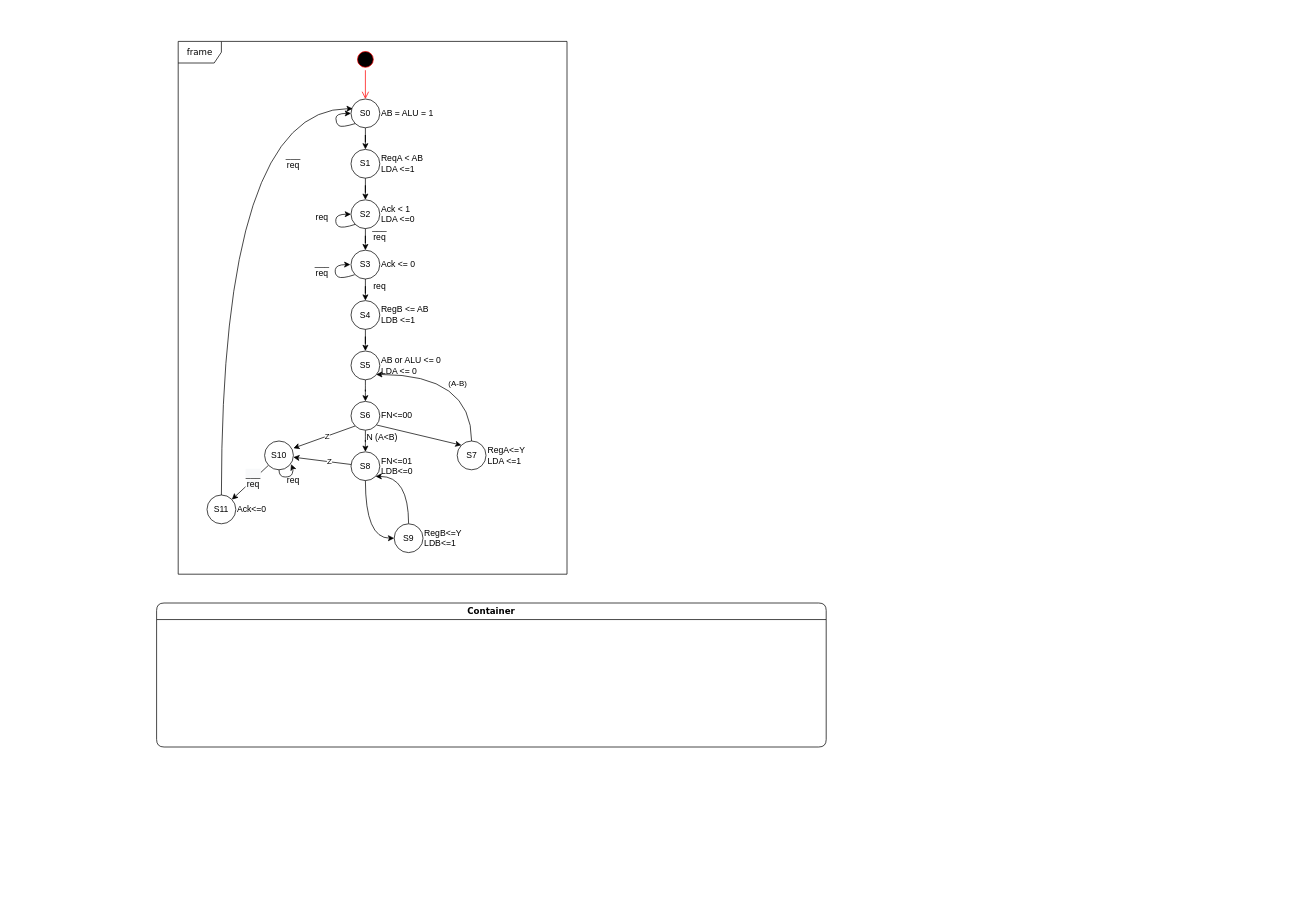
rudfor/DesignDigitalSystems keeps this draw.io diagram as Untitled Diagram.drawio. Above is the earlier version. Source tidied: cells renumbered, new cells numbered last; positions are measured from the earlier drawing's top-left corner, leaving out a move shared by most shapes. Both pictures are drawn from the tidied source at 72%, with x=0, y=0 at pixel (156, 41).
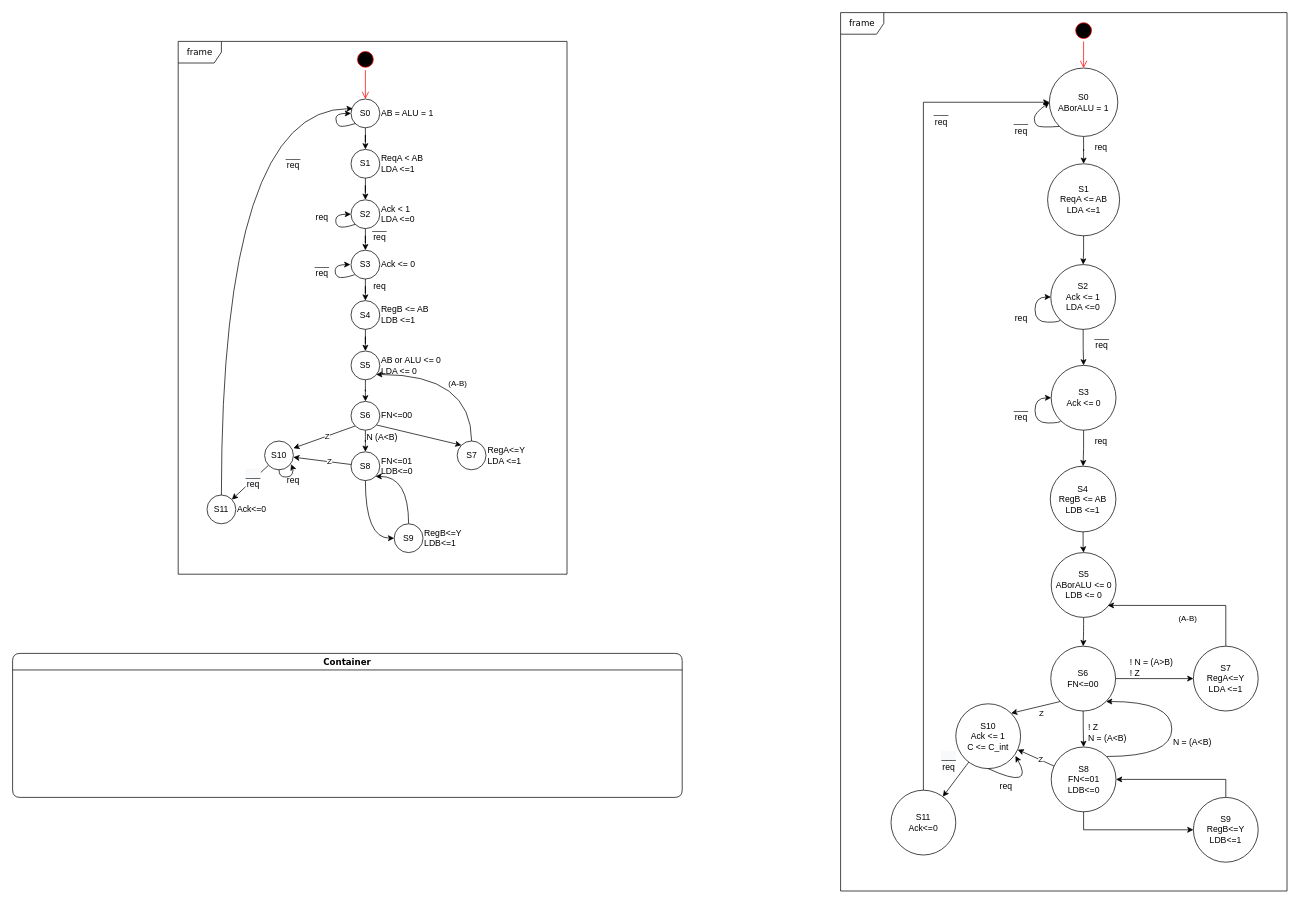
After the change.

Commit message (it also covers changes not shown here):
Updated the state diagram

The edit, as a diff of the source:
```diff
@@
     <mxCell id="2" value="Container" style="swimlane;whiteSpace=wrap;html=1;rounded=1;shadow=0;comic=0;labelBackgroundColor=none;strokeWidth=1;fontFamily=Verdana;fontSize=12;align=center;" parent="1" vertex="1">
-      <mxGeometry y="780" width="930" height="200" as="geometry" />
+      <mxGeometry x="-200" y="850" width="930" height="200" as="geometry" />
     </mxCell>
@@
+    <mxCell id="59" value="frame" style="shape=umlFrame;whiteSpace=wrap;html=1;rounded=1;shadow=0;comic=0;labelBackgroundColor=none;strokeWidth=1;fontFamily=Verdana;fontSize=12;align=center;" parent="1" vertex="1">
+      <mxGeometry x="950" y="-40" width="620" height="1220" as="geometry" />
+    </mxCell>
+    <mxCell id="60" style="ellipse;html=1;shape=startState;fillColor=#000000;strokeColor=#ff0000;" parent="1" vertex="1">
+      <mxGeometry x="1272.5" y="-30" width="30" height="30" as="geometry" />
+    </mxCell>
+    <mxCell id="61" style="edgeStyle=orthogonalEdgeStyle;html=1;verticalAlign=bottom;endArrow=open;endSize=8;strokeColor=#ff0000;" parent="1" edge="1" source="60" target="63">
+      <mxGeometry relative="1" as="geometry" />
+    </mxCell>
+    <mxCell id="62" style="edgeStyle=orthogonalEdgeStyle;rounded=0;jettySize=auto;html=1;" parent="1" edge="1" source="63" target="64">
+      <mxGeometry relative="1" as="geometry" />
+    </mxCell>
+    <mxCell id="63" value="&lt;div&gt;S0&lt;/div&gt;&lt;div&gt;ABorALU = 1&lt;/div&gt;" style="ellipse;whiteSpace=wrap;html=1;" parent="1" vertex="1">
+      <mxGeometry x="1240" y="37" width="95" height="95" as="geometry" />
+    </mxCell>
+    <mxCell id="64" value="&lt;div&gt;S1&lt;/div&gt;&lt;div&gt;ReqA &amp;lt;= AB&lt;br&gt;LDA &amp;lt;=1&lt;/div&gt;" style="ellipse;whiteSpace=wrap;html=1;" parent="1" vertex="1">
+      <mxGeometry x="1237.5" y="170" width="100" height="100" as="geometry" />
+    </mxCell>
+    <mxCell id="65" value="___&lt;br&gt;req" style="text;html=1;strokeColor=none;fillColor=none;align=center;verticalAlign=middle;whiteSpace=wrap;rounded=0;" parent="1" vertex="1">
+      <mxGeometry x="1292.5" y="400" width="40" height="30" as="geometry" />
+    </mxCell>
+    <mxCell id="66" style="edgeStyle=orthogonalEdgeStyle;rounded=0;jettySize=auto;html=1;exitX=0.5;exitY=1;exitDx=0;exitDy=0;" parent="1" edge="1" source="64" target="67">
+      <mxGeometry relative="1" as="geometry" />
+    </mxCell>
+    <mxCell id="67" value="&lt;div&gt;S2&lt;/div&gt;&lt;div&gt;Ack &amp;lt;= 1&lt;br&gt;LDA &amp;lt;=0&lt;/div&gt;" style="ellipse;whiteSpace=wrap;html=1;" parent="1" vertex="1">
+      <mxGeometry x="1241.9" y="310" width="90" height="90" as="geometry" />
+    </mxCell>
+    <mxCell id="68" value="req" style="text;html=1;strokeColor=none;fillColor=none;align=center;verticalAlign=middle;whiteSpace=wrap;rounded=0;" parent="1" vertex="1">
+      <mxGeometry x="1181.3" y="370" width="40" height="30" as="geometry" />
+    </mxCell>
+    <mxCell id="69" style="edgeStyle=orthogonalEdgeStyle;rounded=0;jettySize=auto;html=1;exitX=0.5;exitY=1;exitDx=0;exitDy=0;" parent="1" edge="1" source="67" target="70">
+      <mxGeometry relative="1" as="geometry" />
+    </mxCell>
+    <mxCell id="70" value="&lt;div&gt;S3&lt;/div&gt;&lt;div&gt;Ack &amp;lt;= 0&lt;/div&gt;" style="ellipse;whiteSpace=wrap;html=1;" parent="1" vertex="1">
+      <mxGeometry x="1242.5" y="450" width="90" height="90" as="geometry" />
+    </mxCell>
+    <mxCell id="71" value="___&lt;br&gt;req" style="text;html=1;strokeColor=none;fillColor=none;align=center;verticalAlign=middle;whiteSpace=wrap;rounded=0;" parent="1" vertex="1">
+      <mxGeometry x="1070" y="90" width="40" height="30" as="geometry" />
+    </mxCell>
+    <mxCell id="72" value="req" style="text;html=1;strokeColor=none;fillColor=none;align=center;verticalAlign=middle;whiteSpace=wrap;rounded=0;" parent="1" vertex="1">
+      <mxGeometry x="1291.9" y="540" width="40" height="30" as="geometry" />
+    </mxCell>
+    <mxCell id="73" value="___&lt;br&gt;req" style="text;html=1;strokeColor=none;fillColor=none;align=center;verticalAlign=middle;whiteSpace=wrap;rounded=0;" parent="1" vertex="1">
+      <mxGeometry x="1181.3" y="500" width="40" height="30" as="geometry" />
+    </mxCell>
+    <mxCell id="74" value="req" style="text;html=1;strokeColor=none;fillColor=none;align=center;verticalAlign=middle;whiteSpace=wrap;rounded=0;" parent="1" vertex="1">
+      <mxGeometry x="1160" y="1020" width="40" height="30" as="geometry" />
+    </mxCell>
+    <mxCell id="75" style="edgeStyle=orthogonalEdgeStyle;rounded=0;jettySize=auto;html=1;exitX=0.5;exitY=1;exitDx=0;exitDy=0;" parent="1" edge="1" source="70" target="76">
+      <mxGeometry relative="1" as="geometry" />
+    </mxCell>
+    <mxCell id="76" value="&lt;div&gt;S4&lt;/div&gt;&lt;div&gt;RegB &amp;lt;= AB&lt;br&gt;LDB &amp;lt;=1&lt;/div&gt;" style="ellipse;whiteSpace=wrap;html=1;" parent="1" vertex="1">
+      <mxGeometry x="1241.2" y="590" width="91.2" height="91.2" as="geometry" />
+    </mxCell>
+    <mxCell id="77" style="edgeStyle=orthogonalEdgeStyle;rounded=0;jettySize=auto;html=1;exitX=0.5;exitY=1;exitDx=0;exitDy=0;" parent="1" edge="1" source="76" target="79">
+      <mxGeometry relative="1" as="geometry" />
+    </mxCell>
+    <mxCell id="78" style="edgeStyle=orthogonalEdgeStyle;jettySize=auto;html=1;" parent="1" edge="1" source="79" target="83">
+      <mxGeometry relative="1" as="geometry" />
+    </mxCell>
+    <mxCell id="79" value="&lt;div&gt;S5&lt;/div&gt;&lt;div&gt;ABorALU &amp;lt;= 0&lt;br&gt;LDB &amp;lt;= 0&lt;/div&gt;" style="ellipse;whiteSpace=wrap;html=1;" parent="1" vertex="1">
+      <mxGeometry x="1242.5" y="710" width="90" height="90" as="geometry" />
+    </mxCell>
+    <mxCell id="80" style="edgeStyle=orthogonalEdgeStyle;curved=1;rounded=0;jettySize=auto;html=1;" parent="1" edge="1" source="83" target="93">
+      <mxGeometry relative="1" as="geometry" />
+    </mxCell>
+    <mxCell id="81" style="rounded=0;jettySize=auto;html=1;exitX=0;exitY=1;exitDx=0;exitDy=0;entryX=1;entryY=0;entryDx=0;entryDy=0;" parent="1" edge="1" source="83" target="99">
+      <mxGeometry relative="1" as="geometry" />
+    </mxCell>
+    <mxCell id="82" value="Z" style="edgeLabel;html=1;align=center;verticalAlign=middle;" parent="81" vertex="1">
+      <mxGeometry x="-0.08" relative="1" as="geometry">
+        <mxPoint x="5" y="8" as="offset" />
+      </mxGeometry>
+    </mxCell>
+    <mxCell id="83" value="&lt;div&gt;S6&lt;/div&gt;&lt;div&gt;FN&amp;lt;=00&lt;/div&gt;" style="ellipse;whiteSpace=wrap;html=1;" parent="1" vertex="1">
+      <mxGeometry x="1241.9" y="840" width="90" height="90" as="geometry" />
+    </mxCell>
+    <mxCell id="84" style="endArrow=classic;html=1;entryX=0;entryY=0.5;entryDx=0;entryDy=0;exitX=0;exitY=1;exitDx=0;exitDy=0;curved=1;" parent="1" edge="1" source="63" target="63">
+      <mxGeometry relative="1" as="geometry">
+        <Array as="points">
+          <mxPoint x="1227.1" y="120" />
+          <mxPoint x="1219" y="114" />
+          <mxPoint x="1219" y="100" />
+        </Array>
+      </mxGeometry>
+    </mxCell>
+    <mxCell id="85" style="edgeStyle=orthogonalEdgeStyle;rounded=0;jettySize=auto;html=1;exitX=0.5;exitY=0;exitDx=0;exitDy=0;entryX=0.874;entryY=0.815;entryDx=0;entryDy=0;entryPerimeter=0;" parent="1" edge="1" source="87" target="79">
+      <mxGeometry relative="1" as="geometry">
+        <Array as="points">
+          <mxPoint x="1485" y="783" />
+        </Array>
+      </mxGeometry>
+    </mxCell>
+    <mxCell id="86" value="(A-B)" style="edgeLabel;html=1;align=center;verticalAlign=middle;" parent="85" vertex="1">
+      <mxGeometry y="12" relative="1" as="geometry">
+        <mxPoint y="5" as="offset" />
+      </mxGeometry>
+    </mxCell>
+    <mxCell id="87" value="&lt;div&gt;S7&lt;/div&gt;RegA&amp;lt;=Y&lt;br&gt;LDA &amp;lt;=1" style="ellipse;whiteSpace=wrap;html=1;" parent="1" vertex="1">
+      <mxGeometry x="1440" y="840" width="90" height="90" as="geometry" />
+    </mxCell>
+    <mxCell id="88" style="jettySize=auto;html=1;exitX=1;exitY=0.5;exitDx=0;exitDy=0;entryX=0;entryY=0.5;entryDx=0;entryDy=0;rounded=0;" parent="1" edge="1" source="83" target="87">
+      <mxGeometry relative="1" as="geometry" />
+    </mxCell>
+    <mxCell id="89" style="edgeStyle=orthogonalEdgeStyle;rounded=0;jettySize=auto;html=1;exitX=1;exitY=0.5;exitDx=0;exitDy=0;endArrow=none;endFill=0;startArrow=classic;startFill=1;" parent="1" edge="1" source="93" target="95">
+      <mxGeometry relative="1" as="geometry">
+        <Array as="points">
+          <mxPoint x="1485" y="1025" />
+        </Array>
+      </mxGeometry>
+    </mxCell>
+    <mxCell id="90" style="edgeStyle=none;rounded=0;jettySize=auto;html=1;" parent="1" edge="1" source="93" target="99">
+      <mxGeometry relative="1" as="geometry" />
+    </mxCell>
+    <mxCell id="91" value="Z" style="edgeLabel;html=1;align=center;verticalAlign=middle;" parent="90" vertex="1">
+      <mxGeometry x="-0.23" y="-1" relative="1" as="geometry" />
+    </mxCell>
+    <mxCell id="92" style="edgeStyle=orthogonalEdgeStyle;curved=1;rounded=0;jettySize=auto;html=1;exitX=1;exitY=0;exitDx=0;exitDy=0;entryX=1;entryY=1;entryDx=0;entryDy=0;" parent="1" edge="1" source="93" target="83">
+      <mxGeometry relative="1" as="geometry">
+        <Array as="points">
+          <mxPoint x="1410" y="993" />
+          <mxPoint x="1410" y="917" />
+        </Array>
+      </mxGeometry>
+    </mxCell>
+    <mxCell id="93" value="&lt;div&gt;S8&lt;/div&gt;&lt;div&gt;FN&amp;lt;=01&lt;br&gt;LDB&amp;lt;=0&lt;/div&gt;" style="ellipse;whiteSpace=wrap;html=1;" parent="1" vertex="1">
+      <mxGeometry x="1242.5" y="980" width="90" height="90" as="geometry" />
+    </mxCell>
+    <mxCell id="94" style="edgeStyle=orthogonalEdgeStyle;rounded=0;jettySize=auto;html=1;exitX=0;exitY=0.5;exitDx=0;exitDy=0;entryX=0.5;entryY=1;entryDx=0;entryDy=0;startArrow=classic;startFill=1;endArrow=none;endFill=0;" parent="1" edge="1" source="95" target="93">
+      <mxGeometry relative="1" as="geometry" />
+    </mxCell>
+    <mxCell id="95" value="&lt;div&gt;S9&lt;/div&gt;&lt;div&gt;RegB&amp;lt;=Y&lt;br&gt;LDB&amp;lt;=1&lt;/div&gt;" style="ellipse;whiteSpace=wrap;html=1;" parent="1" vertex="1">
+      <mxGeometry x="1440" y="1050" width="90" height="90" as="geometry" />
+    </mxCell>
+    <mxCell id="96" value="! Z&lt;br&gt;&lt;div&gt;N = (A&amp;lt;B)&lt;/div&gt;" style="text;html=1;strokeColor=none;fillColor=none;align=left;verticalAlign=middle;whiteSpace=wrap;rounded=0;" parent="1" vertex="1">
+      <mxGeometry x="1291.9" y="940" width="58.1" height="40" as="geometry" />
+    </mxCell>
+    <mxCell id="97" style="edgeStyle=none;rounded=0;jettySize=auto;html=1;" parent="1" edge="1" source="99" target="101">
+      <mxGeometry relative="1" as="geometry" />
+    </mxCell>
+    <mxCell id="98" value="&lt;span style=&quot;font-size: 12px ; background-color: rgb(248 , 249 , 250)&quot;&gt;___&lt;/span&gt;&lt;br style=&quot;font-size: 12px ; background-color: rgb(248 , 249 , 250)&quot;&gt;&lt;span style=&quot;font-size: 12px ; background-color: rgb(248 , 249 , 250)&quot;&gt;req&lt;/span&gt;" style="edgeLabel;html=1;align=center;verticalAlign=middle;" parent="97" vertex="1">
+      <mxGeometry x="-0.17" y="-1" relative="1" as="geometry">
+        <mxPoint x="-13" y="-21" as="offset" />
+      </mxGeometry>
+    </mxCell>
+    <mxCell id="99" value="&lt;div&gt;S10&lt;/div&gt;&lt;div&gt;Ack &amp;lt;= 1&lt;/div&gt;&lt;div&gt;C &amp;lt;= C_int&lt;br&gt;&lt;/div&gt;" style="ellipse;whiteSpace=wrap;html=1;" parent="1" vertex="1">
+      <mxGeometry x="1110" y="920" width="90" height="90" as="geometry" />
+    </mxCell>
+    <mxCell id="100" style="edgeStyle=orthogonalEdgeStyle;rounded=0;jettySize=auto;html=1;exitX=0.5;exitY=0;exitDx=0;exitDy=0;entryX=0;entryY=0.5;entryDx=0;entryDy=0;" parent="1" edge="1" source="101" target="63">
+      <mxGeometry relative="1" as="geometry" />
+    </mxCell>
+    <mxCell id="101" value="&lt;div&gt;S11&lt;/div&gt;&lt;div&gt;Ack&amp;lt;=0&lt;/div&gt;" style="ellipse;whiteSpace=wrap;html=1;" parent="1" vertex="1">
+      <mxGeometry x="1020" y="1040" width="90" height="90" as="geometry" />
+    </mxCell>
+    <mxCell id="102" style="endArrow=classic;html=1;entryX=0.92;entryY=0.805;entryDx=0;entryDy=0;exitX=0.5;exitY=1;exitDx=0;exitDy=0;curved=1;entryPerimeter=0;" parent="1" edge="1" source="99" target="99">
+      <mxGeometry relative="1" as="geometry">
+        <Array as="points">
+          <mxPoint x="1220" y="1040" />
+        </Array>
+      </mxGeometry>
+    </mxCell>
+    <mxCell id="103" value="___&lt;br&gt;req" style="text;html=1;strokeColor=none;fillColor=none;align=center;verticalAlign=middle;whiteSpace=wrap;rounded=0;" parent="1" vertex="1">
+      <mxGeometry x="1181.3" y="102" width="40" height="30" as="geometry" />
+    </mxCell>
+    <mxCell id="104" style="rounded=0;jettySize=auto;html=1;exitX=0;exitY=1;exitDx=0;exitDy=0;edgeStyle=orthogonalEdgeStyle;curved=1;" parent="1" edge="1" source="67">
+      <mxGeometry relative="1" as="geometry">
+        <mxPoint x="1242" y="355" as="targetPoint" />
+        <Array as="points">
+          <mxPoint x="1255" y="390" />
+          <mxPoint x="1220" y="390" />
+          <mxPoint x="1220" y="355" />
+        </Array>
+      </mxGeometry>
+    </mxCell>
+    <mxCell id="105" style="edgeStyle=orthogonalEdgeStyle;curved=1;rounded=0;orthogonalLoop=1;jettySize=auto;html=1;exitX=0;exitY=1;exitDx=0;exitDy=0;entryX=0;entryY=0.5;entryDx=0;entryDy=0;" parent="1" edge="1" source="70" target="70">
+      <mxGeometry relative="1" as="geometry">
+        <Array as="points">
+          <mxPoint x="1256" y="530" />
+          <mxPoint x="1220" y="530" />
+          <mxPoint x="1220" y="495" />
+        </Array>
+      </mxGeometry>
+    </mxCell>
+    <mxCell id="106" value="req" style="text;html=1;strokeColor=none;fillColor=none;align=center;verticalAlign=middle;whiteSpace=wrap;rounded=0;" parent="1" vertex="1">
+      <mxGeometry x="1291.9" y="132" width="40" height="30" as="geometry" />
+    </mxCell>
+    <mxCell id="107" value="&lt;div&gt;! N = (A&amp;gt;B)&lt;/div&gt;&lt;div&gt;! Z&lt;br&gt;&lt;/div&gt;" style="text;html=1;strokeColor=none;fillColor=none;align=left;verticalAlign=middle;whiteSpace=wrap;rounded=0;" parent="1" vertex="1">
+      <mxGeometry x="1350" y="850" width="80" height="40" as="geometry" />
+    </mxCell>
+    <mxCell id="108" value="&lt;div&gt;N = (A&amp;lt;B)&lt;/div&gt;" style="text;whiteSpace=wrap;html=1;" parent="1" vertex="1">
+      <mxGeometry x="1410" y="960" width="80" height="30" as="geometry" />
+    </mxCell>
```
